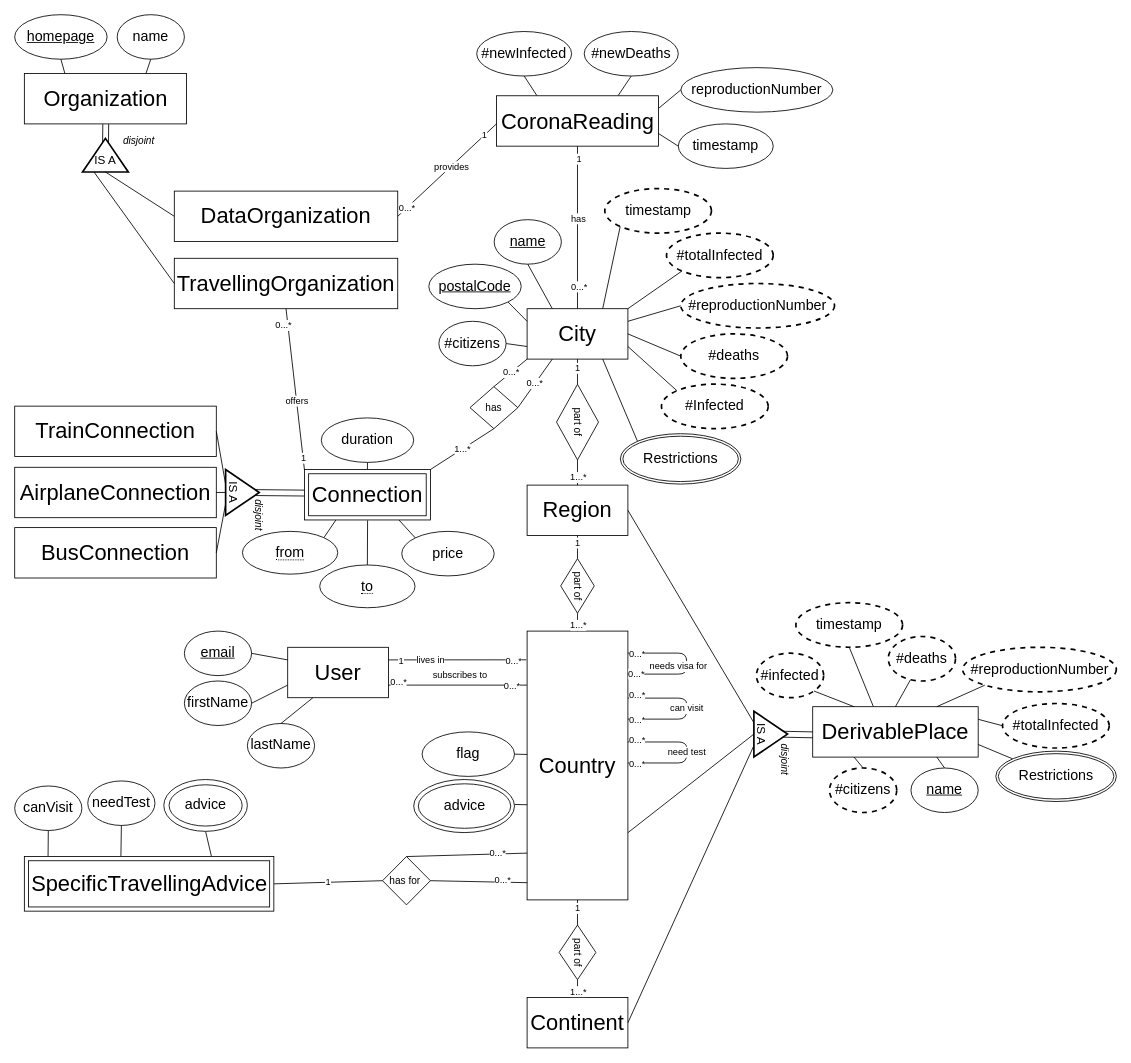
Above: OISdiagram.drawio in wulfdewolf/OpenInformationSystemsGroup1 (draw.io), before the change. Source tidied: cells renumbered, new cells numbered last; positions are measured from the earlier drawing's top-left corner, leaving out a move shared by most shapes. Both pictures are drawn from the tidied source at 84%, with x=0, y=0 at pixel (14, 14).
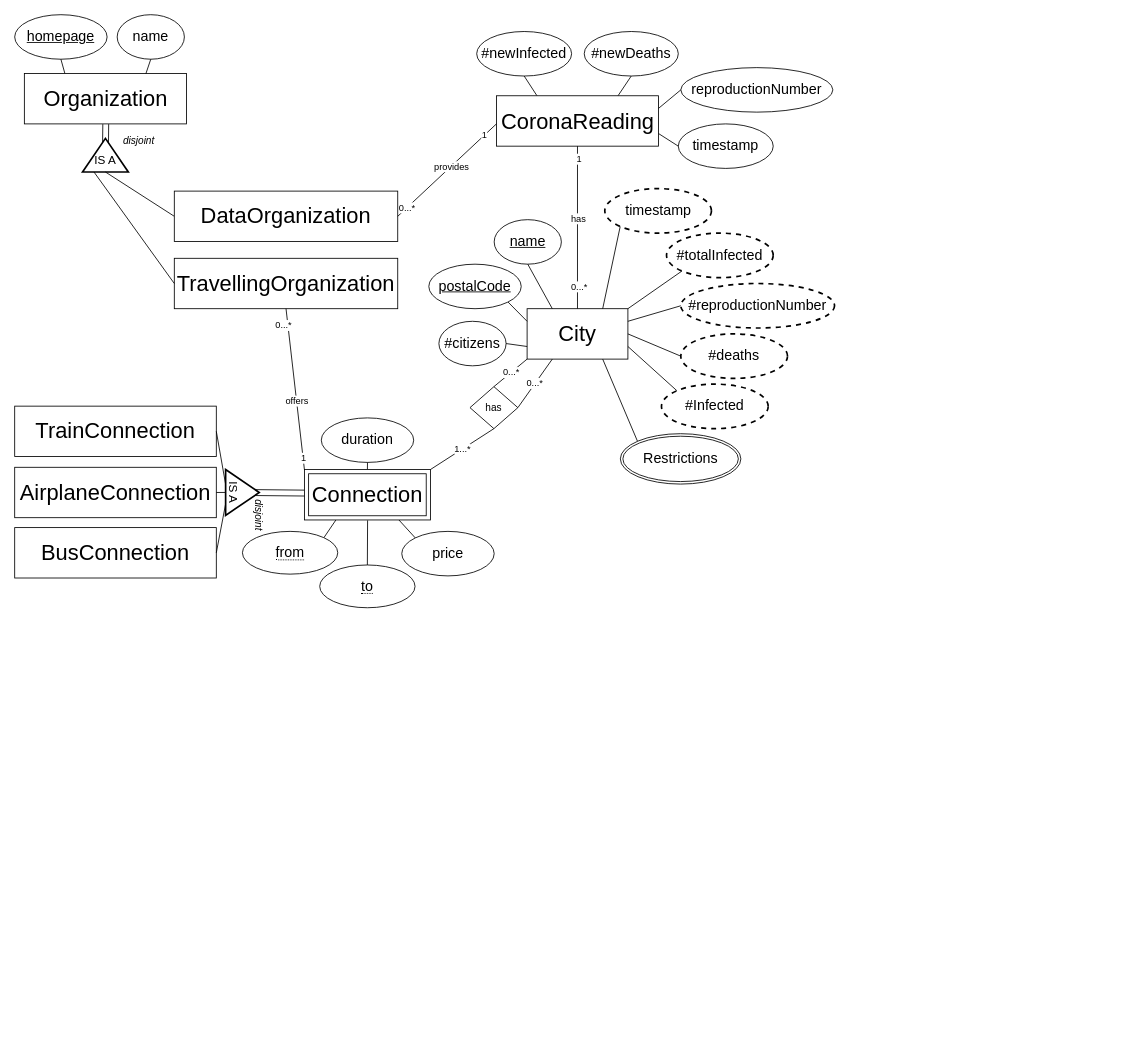
After the change.

Commit message:
made canvisit and needtest in SpecificTravellingAdvice derivable in ER diagram

Unchanged cells that the change refers to:
```xml
<mxCell id="13" value="&lt;font style=&quot;font-size: 26px&quot;&gt;City&lt;/font&gt;" style="rounded=0;whiteSpace=wrap;html=1;" parent="1" vertex="1">
  <mxGeometry x="610" y="350" width="120" height="60" as="geometry" />
</mxCell>
```

Change to the diagram source:
```diff
@@
-    <mxCell id="2" value="&lt;font style=&quot;font-size: 26px&quot;&gt;DerivablePlace&lt;/font&gt;" style="rounded=0;whiteSpace=wrap;html=1;strokeWidth=1;" parent="1" vertex="1">
-      <mxGeometry x="950" y="823.8" width="197" height="60" as="geometry" />
-    </mxCell>
-    <mxCell id="3" value="&lt;font style=&quot;font-size: 17px&quot;&gt;#citizens&lt;/font&gt;" style="ellipse;whiteSpace=wrap;html=1;dashed=1;strokeWidth=2;" parent="1" vertex="1">
-      <mxGeometry x="970" y="896.8" width="80" height="53" as="geometry" />
-    </mxCell>
-    <mxCell id="4" value="&lt;font style=&quot;font-size: 17px&quot;&gt;#infected&lt;/font&gt;" style="ellipse;whiteSpace=wrap;html=1;dashed=1;strokeWidth=2;" parent="1" vertex="1">
-      <mxGeometry x="883" y="760.1" width="80" height="53" as="geometry" />
-    </mxCell>
-    <mxCell id="5" value="&lt;font style=&quot;font-size: 17px&quot;&gt;#deaths&lt;/font&gt;" style="ellipse;whiteSpace=wrap;html=1;dashed=1;strokeWidth=2;" parent="1" vertex="1">
-      <mxGeometry x="1040" y="740.2" width="80" height="53" as="geometry" />
-    </mxCell>
-    <mxCell id="6" value="&lt;font style=&quot;font-size: 17px&quot;&gt;#totalInfected&lt;/font&gt;" style="ellipse;whiteSpace=wrap;html=1;dashed=1;strokeWidth=2;" parent="1" vertex="1">
-      <mxGeometry x="1176" y="820" width="127" height="53" as="geometry" />
-    </mxCell>
-    <mxCell id="7" value="&lt;span style=&quot;font-size: 17px&quot;&gt;#reproductionNumber&lt;/span&gt;" style="ellipse;whiteSpace=wrap;html=1;dashed=1;strokeWidth=2;" parent="1" vertex="1">
-      <mxGeometry x="1128.5" y="753.1" width="183" height="53" as="geometry" />
-    </mxCell>
-    <mxCell id="8" style="endArrow=none;html=1;exitX=1;exitY=0.25;exitDx=0;exitDy=0;entryX=0;entryY=0.5;entryDx=0;entryDy=0;" parent="1" edge="1" source="2" target="6">
-      <mxGeometry relative="1" as="geometry" />
-    </mxCell>
-    <mxCell id="9" style="endArrow=none;html=1;exitX=0.75;exitY=0;exitDx=0;exitDy=0;entryX=0;entryY=1;entryDx=0;entryDy=0;" parent="1" edge="1" source="2" target="7">
-      <mxGeometry relative="1" as="geometry" />
-    </mxCell>
-    <mxCell id="10" style="endArrow=none;html=1;exitX=0.5;exitY=0;exitDx=0;exitDy=0;" parent="1" edge="1" source="2" target="5">
-      <mxGeometry relative="1" as="geometry" />
-    </mxCell>
-    <mxCell id="11" style="endArrow=none;html=1;exitX=0.25;exitY=0;exitDx=0;exitDy=0;entryX=1;entryY=1;entryDx=0;entryDy=0;" parent="1" edge="1" source="2" target="4">
-      <mxGeometry relative="1" as="geometry" />
-    </mxCell>
-    <mxCell id="12" style="endArrow=none;html=1;exitX=0.25;exitY=1;exitDx=0;exitDy=0;entryX=0.5;entryY=0;entryDx=0;entryDy=0;" parent="1" edge="1" source="2" target="3">
-      <mxGeometry relative="1" as="geometry" />
-    </mxCell>
@@
-    <mxCell id="18" value="&lt;span style=&quot;font-size: 26px&quot;&gt;Region&lt;/span&gt;" style="rounded=0;whiteSpace=wrap;html=1;" parent="1" vertex="1">
-      <mxGeometry x="610" y="560" width="120" height="60" as="geometry" />
-    </mxCell>
-    <mxCell id="19" value="&lt;font style=&quot;font-size: 17px&quot;&gt;&lt;u&gt;name&lt;/u&gt;&lt;/font&gt;" style="ellipse;whiteSpace=wrap;html=1;" parent="1" vertex="1">
-      <mxGeometry x="1067" y="896.8" width="80" height="53" as="geometry" />
-    </mxCell>
-    <mxCell id="20" style="endArrow=none;html=1;exitX=0.75;exitY=1;exitDx=0;exitDy=0;entryX=0.5;entryY=0;entryDx=0;entryDy=0;" parent="1" edge="1" source="2" target="19">
-      <mxGeometry relative="1" as="geometry" />
-    </mxCell>
-    <mxCell id="21" value="&lt;font style=&quot;font-size: 26px&quot;&gt;Country&lt;/font&gt;" style="rounded=0;whiteSpace=wrap;html=1;" parent="1" vertex="1">
-      <mxGeometry x="610" y="733.8" width="120" height="320" as="geometry" />
-    </mxCell>
-    <mxCell id="22" value="&lt;span style=&quot;font-size: 17px&quot;&gt;flag&lt;/span&gt;" style="ellipse;whiteSpace=wrap;html=1;" parent="1" vertex="1">
-      <mxGeometry x="485" y="853.8" width="110" height="53" as="geometry" />
-    </mxCell>
-    <mxCell id="23" style="endArrow=none;html=1;exitX=1;exitY=0.5;exitDx=0;exitDy=0;entryX=0.001;entryY=0.459;entryDx=0;entryDy=0;entryPerimeter=0;" parent="1" edge="1" source="22" target="21">
-      <mxGeometry relative="1" as="geometry" />
-    </mxCell>
-    <mxCell id="24" value="&lt;span style=&quot;font-size: 26px&quot;&gt;Continent&lt;/span&gt;" style="rounded=0;whiteSpace=wrap;html=1;" parent="1" vertex="1">
-      <mxGeometry x="610" y="1170" width="120" height="60" as="geometry" />
-    </mxCell>
-    <mxCell id="25" style="endArrow=none;html=1;exitX=0;exitY=0.25;exitDx=0;exitDy=0;entryX=1;entryY=0.5;entryDx=0;entryDy=0;" parent="1" edge="1" source="129" target="18">
-      <mxGeometry relative="1" as="geometry" />
-    </mxCell>
-    <mxCell id="26" style="endArrow=none;html=1;exitX=1;exitY=0.75;exitDx=0;exitDy=0;entryX=0;entryY=0.5;entryDx=0;entryDy=0;" parent="1" edge="1" source="21" target="129">
-      <mxGeometry relative="1" as="geometry" />
-    </mxCell>
-    <mxCell id="27" style="endArrow=none;html=1;exitX=1;exitY=0.5;exitDx=0;exitDy=0;entryX=0;entryY=0.75;entryDx=0;entryDy=0;" parent="1" edge="1" source="24" target="129">
-      <mxGeometry relative="1" as="geometry" />
-    </mxCell>
@@
-    <mxCell id="54" value="part of" style="shape=rhombus;perimeter=rhombusPerimeter;whiteSpace=wrap;html=1;align=center;rotation=90;" parent="1" vertex="1">
-      <mxGeometry x="625" y="460" width="90" height="50" as="geometry" />
-    </mxCell>
-    <mxCell id="55" style="endArrow=none;html=1;exitX=1;exitY=0.5;exitDx=0;exitDy=0;entryX=0.5;entryY=0;entryDx=0;entryDy=0;" parent="1" edge="1" source="54" target="18">
-      <mxGeometry relative="1" as="geometry" />
-    </mxCell>
-    <mxCell id="56" value="1...*" style="edgeLabel;html=1;align=center;verticalAlign=middle;" parent="55" vertex="1">
-      <mxGeometry x="0.37" y="-1" relative="1" as="geometry">
-        <mxPoint x="1" y="-1" as="offset" />
-      </mxGeometry>
-    </mxCell>
-    <mxCell id="57" style="endArrow=none;html=1;exitX=0;exitY=0.5;exitDx=0;exitDy=0;entryX=0.5;entryY=1;entryDx=0;entryDy=0;" parent="1" edge="1" source="54" target="13">
-      <mxGeometry relative="1" as="geometry" />
-    </mxCell>
-    <mxCell id="58" value="1" style="edgeLabel;html=1;align=center;verticalAlign=middle;" parent="57" vertex="1">
-      <mxGeometry x="0.35" y="1" relative="1" as="geometry" />
-    </mxCell>
-    <mxCell id="59" value="part of" style="shape=rhombus;perimeter=rhombusPerimeter;whiteSpace=wrap;html=1;align=center;rotation=90;" parent="1" vertex="1">
-      <mxGeometry x="637.5" y="660" width="65" height="40" as="geometry" />
-    </mxCell>
-    <mxCell id="60" style="endArrow=none;html=1;exitX=1;exitY=0.5;exitDx=0;exitDy=0;entryX=0.5;entryY=0;entryDx=0;entryDy=0;" parent="1" edge="1" source="59" target="21">
-      <mxGeometry relative="1" as="geometry" />
-    </mxCell>
-    <mxCell id="61" value="1...*" style="edgeLabel;html=1;align=center;verticalAlign=middle;" parent="60" vertex="1">
-      <mxGeometry x="0.37" y="-1" relative="1" as="geometry">
-        <mxPoint x="1" y="-1" as="offset" />
-      </mxGeometry>
-    </mxCell>
-    <mxCell id="62" style="endArrow=none;html=1;exitX=0;exitY=0.5;exitDx=0;exitDy=0;entryX=0.5;entryY=1;entryDx=0;entryDy=0;" parent="1" edge="1" source="59" target="18">
-      <mxGeometry relative="1" as="geometry" />
-    </mxCell>
-    <mxCell id="63" value="1" style="edgeLabel;html=1;align=center;verticalAlign=middle;" parent="62" vertex="1">
-      <mxGeometry x="0.35" y="1" relative="1" as="geometry" />
-    </mxCell>
-    <mxCell id="64" value="part of" style="shape=rhombus;perimeter=rhombusPerimeter;whiteSpace=wrap;html=1;align=center;rotation=90;" parent="1" vertex="1">
-      <mxGeometry x="637.5" y="1094.4" width="65" height="43.8" as="geometry" />
-    </mxCell>
-    <mxCell id="65" style="endArrow=none;html=1;exitX=1;exitY=0.5;exitDx=0;exitDy=0;entryX=0.5;entryY=0;entryDx=0;entryDy=0;" parent="1" edge="1" source="64" target="24">
-      <mxGeometry relative="1" as="geometry" />
-    </mxCell>
-    <mxCell id="66" value="1...*" style="edgeLabel;html=1;align=center;verticalAlign=middle;" parent="65" vertex="1">
-      <mxGeometry x="0.37" y="-1" relative="1" as="geometry">
-        <mxPoint x="1" y="-1" as="offset" />
-      </mxGeometry>
-    </mxCell>
-    <mxCell id="67" style="endArrow=none;html=1;exitX=0;exitY=0.5;exitDx=0;exitDy=0;entryX=0.5;entryY=1;entryDx=0;entryDy=0;" parent="1" edge="1" source="64" target="21">
-      <mxGeometry relative="1" as="geometry" />
-    </mxCell>
-    <mxCell id="68" value="1" style="edgeLabel;html=1;align=center;verticalAlign=middle;" parent="67" vertex="1">
-      <mxGeometry x="0.35" y="1" relative="1" as="geometry" />
-    </mxCell>
-    <mxCell id="69" style="endArrow=none;html=1;exitX=1;exitY=0.5;exitDx=0;exitDy=0;entryX=0.001;entryY=0.646;entryDx=0;entryDy=0;entryPerimeter=0;" parent="1" edge="1" target="21">
-      <mxGeometry relative="1" as="geometry">
-        <mxPoint x="595" y="940.2" as="sourcePoint" />
-      </mxGeometry>
-    </mxCell>
-    <mxCell id="70" style="endArrow=none;html=1;exitX=1;exitY=0.5;exitDx=0;exitDy=0;" parent="1" edge="1">
-      <mxGeometry relative="1" as="geometry">
-        <mxPoint x="730" y="760" as="sourcePoint" />
-        <mxPoint x="730" y="785" as="targetPoint" />
-        <Array as="points">
-          <mxPoint x="800" y="760" />
-          <mxPoint x="800" y="785" />
-        </Array>
-      </mxGeometry>
-    </mxCell>
-    <mxCell id="71" value="needs visa for" style="edgeLabel;html=1;align=center;verticalAlign=middle;" parent="70" vertex="1">
-      <mxGeometry x="-0.49" y="4" relative="1" as="geometry">
-        <mxPoint x="17.1" y="19" as="offset" />
-      </mxGeometry>
-    </mxCell>
-    <mxCell id="72" value="0...*" style="edgeLabel;html=1;align=center;verticalAlign=middle;" parent="70" vertex="1">
-      <mxGeometry x="0.89" y="-1" relative="1" as="geometry">
-        <mxPoint x="0.8" as="offset" />
-      </mxGeometry>
-    </mxCell>
-    <mxCell id="73" value="0...*" style="edgeLabel;html=1;align=center;verticalAlign=middle;" parent="70" vertex="1">
-      <mxGeometry x="-0.88" relative="1" as="geometry" />
-    </mxCell>
-    <mxCell id="74" value="can visit" style="endArrow=none;html=1;entryX=1;entryY=0.5;entryDx=0;entryDy=0;" parent="1" edge="1">
-      <mxGeometry relative="1" as="geometry">
-        <mxPoint x="730" y="838.6" as="sourcePoint" />
-        <mxPoint x="730" y="813.6" as="targetPoint" />
-        <Array as="points">
-          <mxPoint x="800" y="838.6" />
-          <mxPoint x="800" y="813.6" />
-        </Array>
-      </mxGeometry>
-    </mxCell>
-    <mxCell id="75" value="0...*" style="edgeLabel;html=1;align=center;verticalAlign=middle;" parent="74" vertex="1">
-      <mxGeometry x="-0.87" y="-1" relative="1" as="geometry">
-        <mxPoint x="-0.6" as="offset" />
-      </mxGeometry>
-    </mxCell>
-    <mxCell id="76" value="0...*" style="edgeLabel;html=1;align=center;verticalAlign=middle;" parent="74" vertex="1">
-      <mxGeometry x="0.83" relative="1" as="geometry">
-        <mxPoint x="-3.6" y="-3.7" as="offset" />
-      </mxGeometry>
-    </mxCell>
-    <mxCell id="77" value="need test" style="endArrow=none;html=1;entryX=1;entryY=0.5;entryDx=0;entryDy=0;" parent="1" edge="1">
-      <mxGeometry relative="1" as="geometry">
-        <mxPoint x="730" y="890.8" as="sourcePoint" />
-        <mxPoint x="730" y="865.8" as="targetPoint" />
-        <Array as="points">
-          <mxPoint x="800" y="890.8" />
-          <mxPoint x="800" y="865.8" />
-        </Array>
-      </mxGeometry>
-    </mxCell>
-    <mxCell id="78" value="0...*" style="edgeLabel;html=1;align=center;verticalAlign=middle;" parent="77" vertex="1">
-      <mxGeometry x="-0.87" y="-1" relative="1" as="geometry">
-        <mxPoint x="-0.6" as="offset" />
-      </mxGeometry>
-    </mxCell>
-    <mxCell id="79" value="0...*" style="edgeLabel;html=1;align=center;verticalAlign=middle;" parent="77" vertex="1">
-      <mxGeometry x="0.83" relative="1" as="geometry">
-        <mxPoint x="-3.6" y="-3.7" as="offset" />
-      </mxGeometry>
-    </mxCell>
-    <mxCell id="80" value="&lt;font style=&quot;font-size: 17px&quot;&gt;canVisit&lt;/font&gt;" style="ellipse;whiteSpace=wrap;html=1;" parent="1" vertex="1">
-      <mxGeometry y="918.2" width="80" height="53" as="geometry" />
-    </mxCell>
-    <mxCell id="81" style="endArrow=none;html=1;entryX=0.5;entryY=1;entryDx=0;entryDy=0;exitX=0.095;exitY=-0.002;exitDx=0;exitDy=0;exitPerimeter=0;" parent="1" edge="1" source="114" target="80">
-      <mxGeometry relative="1" as="geometry" />
-    </mxCell>
-    <mxCell id="82" value="&lt;font style=&quot;font-size: 17px&quot;&gt;needTest&lt;/font&gt;" style="ellipse;whiteSpace=wrap;html=1;" parent="1" vertex="1">
-      <mxGeometry x="87" y="912.2" width="80" height="53" as="geometry" />
-    </mxCell>
-    <mxCell id="83" style="endArrow=none;html=1;exitX=0.5;exitY=1;exitDx=0;exitDy=0;entryX=0.387;entryY=-0.01;entryDx=0;entryDy=0;entryPerimeter=0;" parent="1" edge="1" source="82" target="114">
-      <mxGeometry relative="1" as="geometry" />
-    </mxCell>
-    <mxCell id="84" style="endArrow=none;html=1;exitX=0.5;exitY=1;exitDx=0;exitDy=0;entryX=0.75;entryY=0;entryDx=0;entryDy=0;" parent="1" edge="1" source="108" target="114">
-      <mxGeometry relative="1" as="geometry" />
-    </mxCell>
-    <mxCell id="85" value="has for&amp;nbsp;" style="rhombus;whiteSpace=wrap;html=1;rotation=0;" parent="1" vertex="1">
-      <mxGeometry x="437.9" y="1002.2" width="57" height="57.5" as="geometry" />
-    </mxCell>
-    <mxCell id="86" style="endArrow=none;html=1;exitX=0;exitY=0.826;exitDx=0;exitDy=0;entryX=0.5;entryY=0;entryDx=0;entryDy=0;exitPerimeter=0;" parent="1" edge="1" source="21" target="85">
-      <mxGeometry relative="1" as="geometry" />
-    </mxCell>
-    <mxCell id="87" value="0...*" style="edgeLabel;html=1;align=center;verticalAlign=middle;" parent="86" vertex="1">
-      <mxGeometry x="-0.51" y="-1" relative="1" as="geometry">
-        <mxPoint y="-1" as="offset" />
-      </mxGeometry>
-    </mxCell>
-    <mxCell id="88" style="endArrow=none;html=1;exitX=1;exitY=0.5;exitDx=0;exitDy=0;entryX=0.001;entryY=0.936;entryDx=0;entryDy=0;entryPerimeter=0;" parent="1" edge="1" source="85" target="21">
-      <mxGeometry relative="1" as="geometry" />
-    </mxCell>
-    <mxCell id="89" value="0...*" style="edgeLabel;html=1;align=center;verticalAlign=middle;" parent="88" vertex="1">
-      <mxGeometry x="0.56" y="3" relative="1" as="geometry">
-        <mxPoint x="-4.7" as="offset" />
-      </mxGeometry>
-    </mxCell>
-    <mxCell id="90" value="1" style="endArrow=none;html=1;exitX=0;exitY=0.5;exitDx=0;exitDy=0;entryX=1;entryY=0.5;entryDx=0;entryDy=0;" parent="1" edge="1" source="85" target="114">
-      <mxGeometry relative="1" as="geometry" />
-    </mxCell>
-    <mxCell id="91" value="&lt;span style=&quot;font-size: 26px&quot;&gt;User&lt;/span&gt;" style="rounded=0;whiteSpace=wrap;html=1;" parent="1" vertex="1">
-      <mxGeometry x="325" y="753.1" width="120" height="60" as="geometry" />
-    </mxCell>
-    <mxCell id="92" value="&lt;font style=&quot;font-size: 17px&quot;&gt;&lt;u&gt;email&lt;/u&gt;&lt;/font&gt;" style="ellipse;whiteSpace=wrap;html=1;" parent="1" vertex="1">
-      <mxGeometry x="202" y="733.8" width="80" height="53" as="geometry" />
-    </mxCell>
-    <mxCell id="93" style="endArrow=none;html=1;entryX=1;entryY=0.5;entryDx=0;entryDy=0;exitX=0;exitY=0.25;exitDx=0;exitDy=0;" parent="1" edge="1" source="91" target="92">
-      <mxGeometry relative="1" as="geometry" />
-    </mxCell>
-    <mxCell id="94" value="&lt;span style=&quot;font-size: 17px&quot;&gt;firstName&lt;/span&gt;" style="ellipse;whiteSpace=wrap;html=1;" parent="1" vertex="1">
-      <mxGeometry x="202" y="793.2" width="80" height="53" as="geometry" />
-    </mxCell>
-    <mxCell id="95" style="endArrow=none;html=1;exitX=0;exitY=0.75;exitDx=0;exitDy=0;entryX=1;entryY=0.5;entryDx=0;entryDy=0;" parent="1" edge="1" source="91" target="94">
-      <mxGeometry relative="1" as="geometry" />
-    </mxCell>
-    <mxCell id="96" value="subscribes to" style="endArrow=none;html=1;entryX=1;entryY=0.75;entryDx=0;entryDy=0;exitX=-0.002;exitY=0.201;exitDx=0;exitDy=0;exitPerimeter=0;" parent="1" edge="1" source="21" target="91">
-      <mxGeometry x="-0.03" y="-11" relative="1" as="geometry">
-        <mxPoint y="-1" as="offset" />
-      </mxGeometry>
-    </mxCell>
-    <mxCell id="97" value="0...*" style="edgeLabel;html=1;align=center;verticalAlign=middle;" parent="96" vertex="1">
-      <mxGeometry x="0.74" y="-4" relative="1" as="geometry">
-        <mxPoint x="-10.3" as="offset" />
-      </mxGeometry>
-    </mxCell>
-    <mxCell id="98" value="0...*" style="edgeLabel;html=1;align=center;verticalAlign=middle;" parent="96" vertex="1">
-      <mxGeometry x="-0.78" relative="1" as="geometry" />
-    </mxCell>
-    <mxCell id="99" value="lives in" style="endArrow=none;html=1;entryX=1;entryY=0.25;entryDx=0;entryDy=0;" parent="1" edge="1" target="91">
-      <mxGeometry x="0.39" relative="1" as="geometry">
-        <mxPoint x="609" y="768" as="sourcePoint" />
-      </mxGeometry>
-    </mxCell>
-    <mxCell id="100" value="0...*" style="edgeLabel;html=1;align=center;verticalAlign=middle;" parent="99" vertex="1">
-      <mxGeometry x="-0.8" relative="1" as="geometry" />
-    </mxCell>
-    <mxCell id="101" value="1" style="edgeLabel;html=1;align=center;verticalAlign=middle;" parent="99" vertex="1">
-      <mxGeometry x="0.83" relative="1" as="geometry" />
-    </mxCell>
-    <mxCell id="102" style="endArrow=none;html=1;entryX=1;entryY=0.75;entryDx=0;entryDy=0;" parent="1" edge="1" source="128" target="2">
-      <mxGeometry relative="1" as="geometry" />
-    </mxCell>
@@
-    <mxCell id="104" style="ellipse;whiteSpace=wrap;html=1;" parent="1" vertex="1">
-      <mxGeometry x="475" y="910.5" width="120" height="63.2" as="geometry" />
-    </mxCell>
-    <mxCell id="105" value="&lt;span style=&quot;font-size: 17px&quot;&gt;advice&lt;/span&gt;" style="ellipse;whiteSpace=wrap;html=1;" parent="1" vertex="1">
-      <mxGeometry x="480.5" y="915.6" width="110" height="53" as="geometry" />
-    </mxCell>
@@
-    <mxCell id="108" style="ellipse;whiteSpace=wrap;html=1;" parent="1" vertex="1">
-      <mxGeometry x="177.5" y="910.5" width="99.5" height="61.7" as="geometry" />
-    </mxCell>
-    <mxCell id="109" value="&lt;span style=&quot;font-size: 17px&quot;&gt;advice&lt;/span&gt;" style="ellipse;whiteSpace=wrap;html=1;" parent="1" vertex="1">
-      <mxGeometry x="183.8" y="916.8" width="87" height="49.1" as="geometry" />
-    </mxCell>
@@
-    <mxCell id="114" value="&lt;span style=&quot;font-size: 26px&quot;&gt;SpecificTravellingAdvice&lt;/span&gt;" style="shape=ext;margin=3;double=1;whiteSpace=wrap;html=1;align=center;" parent="1" vertex="1">
-      <mxGeometry x="11.5" y="1002.2" width="297" height="65" as="geometry" />
-    </mxCell>
@@
-    <mxCell id="128" value="&lt;span style=&quot;font-size: 17px&quot;&gt;Restrictions&lt;/span&gt;" style="ellipse;shape=doubleEllipse;margin=3;whiteSpace=wrap;html=1;align=center;" parent="1" vertex="1">
-      <mxGeometry x="1168" y="876.7" width="143.5" height="60" as="geometry" />
-    </mxCell>
-    <mxCell id="129" style="triangle;whiteSpace=wrap;html=1;strokeWidth=2;rotation=0;" parent="1" vertex="1">
-      <mxGeometry x="880" y="829.2" width="40" height="54.5" as="geometry" />
-    </mxCell>
-    <mxCell id="130" value="&lt;font style=&quot;font-size: 14px&quot;&gt;IS A&lt;/font&gt;" style="text;html=1;strokeColor=none;fillColor=none;align=center;verticalAlign=middle;whiteSpace=wrap;rounded=0;rotation=90;" parent="1" vertex="1">
-      <mxGeometry x="870" y="846.5" width="40" height="20" as="geometry" />
-    </mxCell>
-    <mxCell id="131" value="&lt;i&gt;disjoint&lt;/i&gt;" style="text;html=1;strokeColor=none;fillColor=none;align=center;verticalAlign=middle;whiteSpace=wrap;rounded=0;rotation=90;" parent="1" vertex="1">
-      <mxGeometry x="897" y="876.8" width="40" height="20" as="geometry" />
-    </mxCell>
-    <mxCell id="132" style="endArrow=none;html=1;entryX=0.001;entryY=0.617;entryDx=0;entryDy=0;exitX=0.846;exitY=0.567;exitDx=0;exitDy=0;exitPerimeter=0;entryPerimeter=0;" parent="1" edge="1" source="129" target="2">
-      <mxGeometry relative="1" as="geometry" />
-    </mxCell>
-    <mxCell id="133" style="endArrow=none;html=1;exitX=0.861;exitY=0.438;exitDx=0;exitDy=0;exitPerimeter=0;entryX=0;entryY=0.5;entryDx=0;entryDy=0;" parent="1" edge="1" source="129" target="2">
-      <mxGeometry relative="1" as="geometry" />
-    </mxCell>
@@
-    <mxCell id="159" value="&lt;font style=&quot;font-size: 17px&quot;&gt;timestamp&lt;/font&gt;" style="ellipse;whiteSpace=wrap;html=1;dashed=1;strokeWidth=2;" parent="1" vertex="1">
-      <mxGeometry x="930" y="700" width="127" height="53" as="geometry" />
-    </mxCell>
-    <mxCell id="160" style="endArrow=none;html=1;entryX=0.5;entryY=1;entryDx=0;entryDy=0;exitX=0.366;exitY=-0.007;exitDx=0;exitDy=0;exitPerimeter=0;" parent="1" edge="1" source="2" target="159">
-      <mxGeometry relative="1" as="geometry" />
-    </mxCell>
-    <mxCell id="161" value="&lt;span style=&quot;font-size: 17px&quot;&gt;lastName&lt;/span&gt;" style="ellipse;whiteSpace=wrap;html=1;" parent="1" vertex="1">
-      <mxGeometry x="277" y="843.8" width="80" height="53" as="geometry" />
-    </mxCell>
-    <mxCell id="162" style="endArrow=none;html=1;entryX=0.25;entryY=1;entryDx=0;entryDy=0;exitX=0.5;exitY=0;exitDx=0;exitDy=0;" parent="1" edge="1" source="161" target="91">
-      <mxGeometry relative="1" as="geometry" />
-    </mxCell>
```
